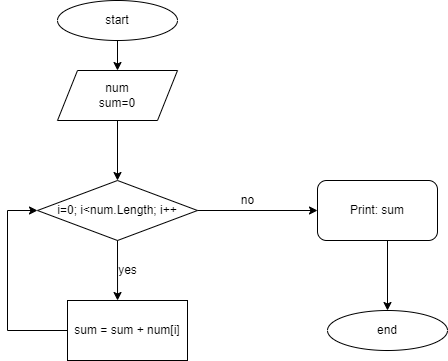
Above: Task2/diagram.drawio.png in OksVella/Seminar4_tasks (draw.io), before the change. Source tidied: cells renumbered, new cells last; positions are measured from the earlier drawing's top-left corner, leaving out a move shared by most shapes.
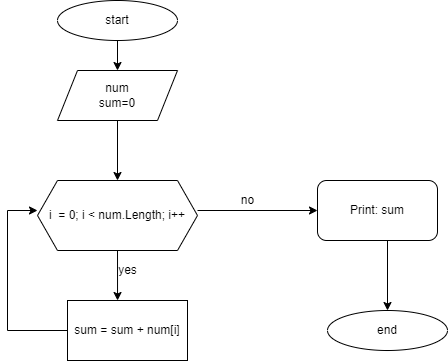
After the commit.

Change to the diagram source:
```diff
@@ -11,17 +11,18 @@
     <mxCell id="4" style="endArrow=classic;html=1;exitX=0.5;exitY=1;exitDx=0;exitDy=0;entryX=0.5;entryY=0;entryDx=0;entryDy=0;" parent="1" edge="1" source="2" target="3">
       <mxGeometry relative="1" as="geometry" />
     </mxCell>
-    <mxCell id="5" value="i=0; i&amp;lt;num.Length; i++" style="rhombus;whiteSpace=wrap;html=1;" parent="1" vertex="1">
-      <mxGeometry x="30" y="180" width="160" height="60" as="geometry" />
-    </mxCell>
     <mxCell id="6" value="Print: sum" style="rounded=1;whiteSpace=wrap;html=1;" parent="1" vertex="1">
       <mxGeometry x="310" y="180" width="120" height="60" as="geometry" />
     </mxCell>
-    <mxCell id="7" style="endArrow=classic;html=1;exitX=0.5;exitY=1;exitDx=0;exitDy=0;entryX=0.5;entryY=0;entryDx=0;entryDy=0;" parent="1" edge="1" source="3" target="5">
-      <mxGeometry relative="1" as="geometry" />
+    <mxCell id="7" style="endArrow=classic;html=1;exitX=0.5;exitY=1;exitDx=0;exitDy=0;entryX=0.5;entryY=0;entryDx=0;entryDy=0;" parent="1" edge="1" source="3">
+      <mxGeometry relative="1" as="geometry">
+        <mxPoint x="110" y="180" as="targetPoint" />
+      </mxGeometry>
     </mxCell>
-    <mxCell id="8" style="endArrow=classic;html=1;exitX=1;exitY=0.5;exitDx=0;exitDy=0;entryX=0;entryY=0.5;entryDx=0;entryDy=0;" parent="1" edge="1" source="5" target="6">
-      <mxGeometry relative="1" as="geometry" />
+    <mxCell id="8" style="endArrow=classic;html=1;exitX=1;exitY=0.5;exitDx=0;exitDy=0;entryX=0;entryY=0.5;entryDx=0;entryDy=0;" parent="1" edge="1" target="6">
+      <mxGeometry relative="1" as="geometry">
+        <mxPoint x="190" y="210" as="sourcePoint" />
+      </mxGeometry>
     </mxCell>
     <mxCell id="9" value="no" style="text;html=1;align=center;verticalAlign=middle;strokeColor=none;fillColor=none;" parent="1" vertex="1">
       <mxGeometry x="225" y="190" width="30" height="20" as="geometry" />
@@ -29,8 +30,10 @@
     <mxCell id="10" value="sum = sum + num[i]" style="rounded=0;whiteSpace=wrap;html=1;" parent="1" vertex="1">
       <mxGeometry x="60" y="300" width="120" height="60" as="geometry" />
     </mxCell>
-    <mxCell id="11" style="endArrow=classic;html=1;exitX=0.5;exitY=1;exitDx=0;exitDy=0;entryX=0.417;entryY=0;entryDx=0;entryDy=0;entryPerimeter=0;" parent="1" edge="1" source="5" target="10">
-      <mxGeometry relative="1" as="geometry" />
+    <mxCell id="11" style="endArrow=classic;html=1;exitX=0.5;exitY=1;exitDx=0;exitDy=0;entryX=0.417;entryY=0;entryDx=0;entryDy=0;entryPerimeter=0;" parent="1" edge="1" target="10">
+      <mxGeometry relative="1" as="geometry">
+        <mxPoint x="110" y="240" as="sourcePoint" />
+      </mxGeometry>
     </mxCell>
     <mxCell id="12" style="endArrow=none;html=1;entryX=0;entryY=0.5;entryDx=0;entryDy=0;" parent="1" edge="1" target="10">
       <mxGeometry relative="1" as="geometry">
@@ -43,9 +46,10 @@
         <mxPoint y="210" as="targetPoint" />
       </mxGeometry>
     </mxCell>
-    <mxCell id="14" style="endArrow=classic;html=1;entryX=0;entryY=0.5;entryDx=0;entryDy=0;" parent="1" edge="1" target="5">
+    <mxCell id="14" style="endArrow=classic;html=1;entryX=0;entryY=0.5;entryDx=0;entryDy=0;" parent="1" edge="1">
       <mxGeometry relative="1" as="geometry">
         <mxPoint y="210" as="sourcePoint" />
+        <mxPoint x="30" y="210" as="targetPoint" />
       </mxGeometry>
     </mxCell>
     <mxCell id="15" value="yes" style="text;html=1;align=center;verticalAlign=middle;strokeColor=none;fillColor=none;" parent="1" vertex="1">
@@ -59,5 +63,8 @@
         <mxPoint x="380" y="240" as="sourcePoint" />
       </mxGeometry>
     </mxCell>
+    <mxCell id="18" value="i&amp;nbsp; = 0; i &amp;lt; num.Length; i++" style="shape=hexagon;perimeter=hexagonPerimeter2;whiteSpace=wrap;html=1;fixedSize=1;" parent="1" vertex="1">
+      <mxGeometry x="30" y="180" width="160" height="70" as="geometry" />
+    </mxCell>
   </root>
 </mxGraphModel>
```
